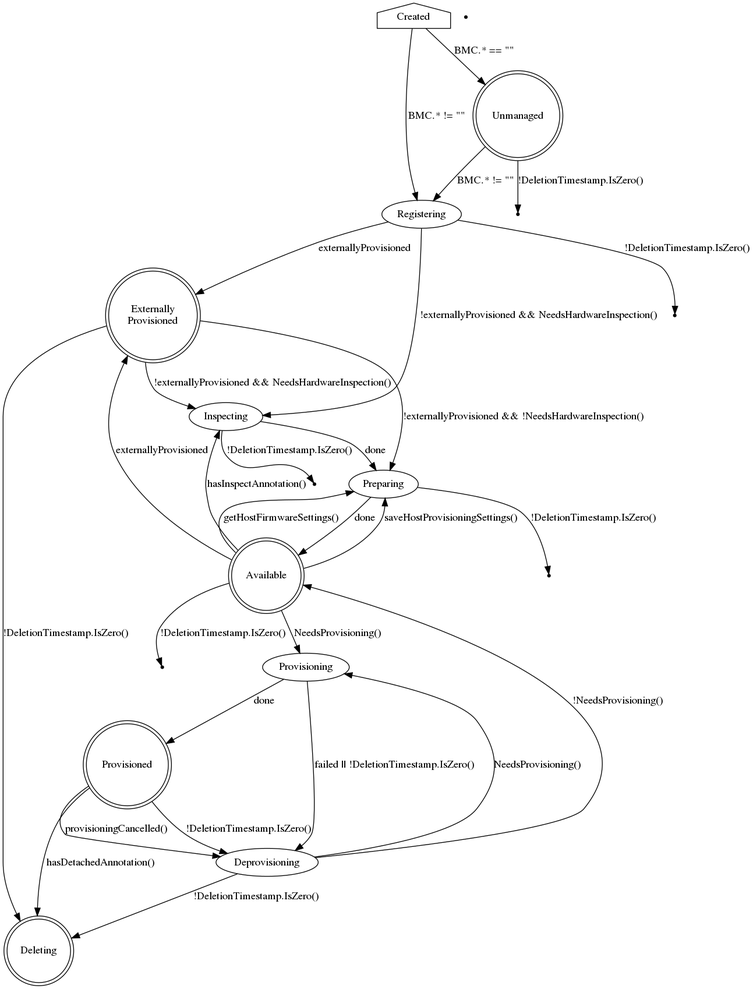
Earlier version of the Graphviz export docs/BaremetalHost_ProvisioningState.png (metal3-io/baremetal-operator). Its source is kept beside it as docs/BaremetalHost_ProvisioningState.dot.
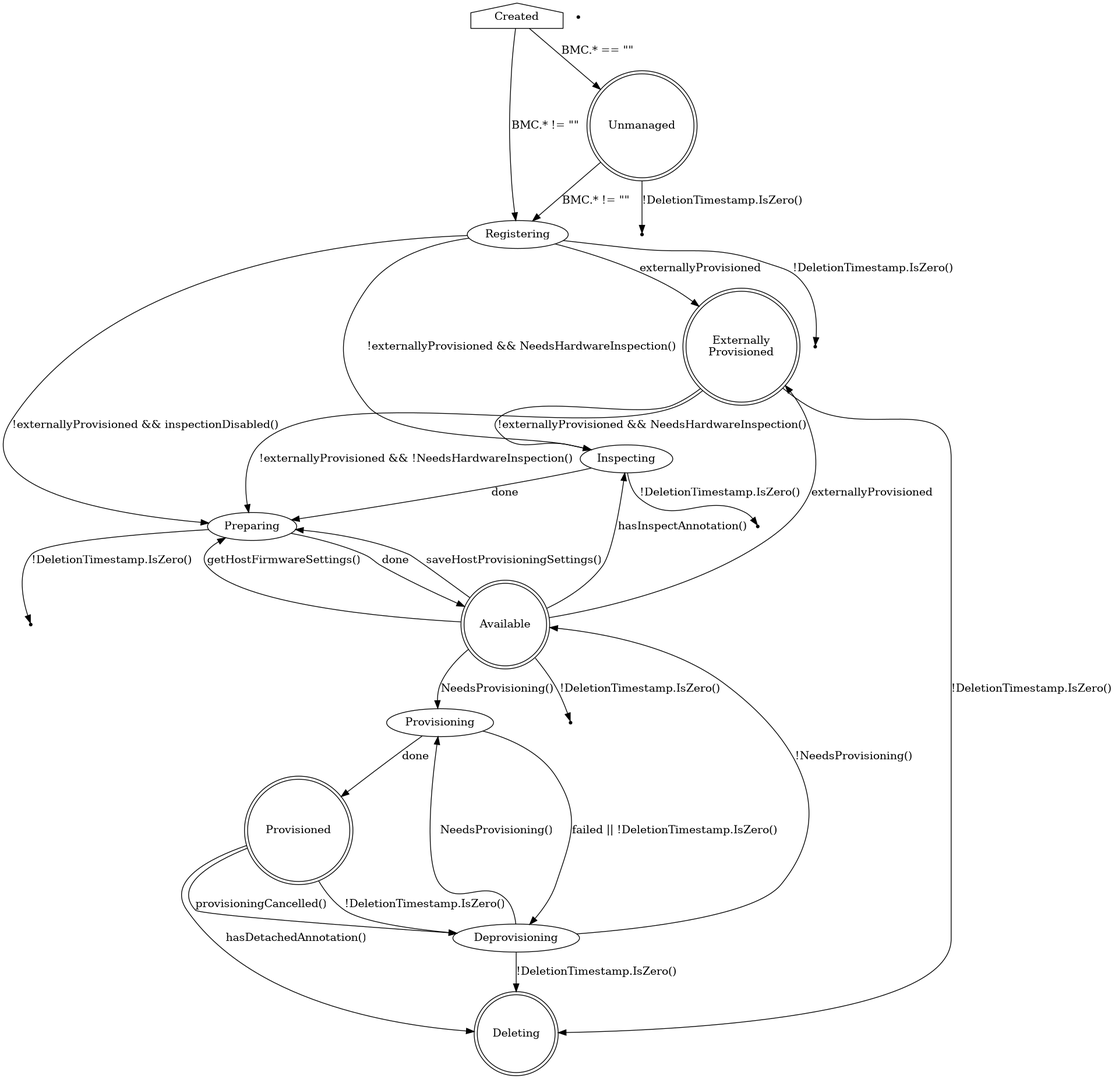
After the change.

Commit message:
Skip the inspecting state when inspection is disabled

Change to the diagram source:
```diff
@@ -12,6 +12,7 @@
     ExternallyProvisioned [label="Externally\nProvisioned"]
 
     Registering -> Inspecting [label="!externallyProvisioned && NeedsHardwareInspection()"]
+    Registering -> Preparing [label="!externallyProvisioned && inspectionDisabled()"]
     Registering -> ExternallyProvisioned [label="externallyProvisioned"]
     Registering -> Deleting2 [label="!DeletionTimestamp.IsZero()"]
 
```
